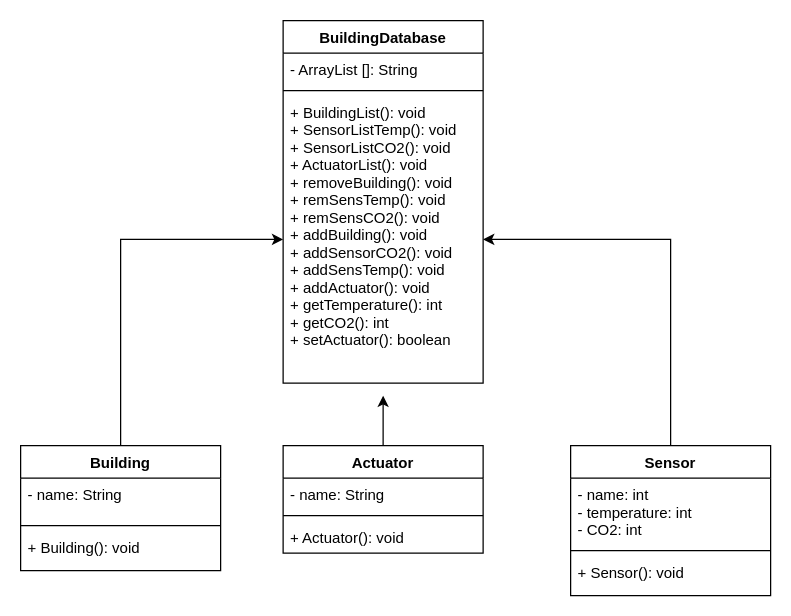
sival19/workshop keeps this draw.io diagram as Untitled Diagram.drawio. Above is the earlier version. Source tidied: cells renumbered, new cells numbered last; positions are measured from the earlier drawing's top-left corner, leaving out a move shared by most shapes. Both pictures are drawn from the tidied source at 125%, with x=0, y=0 at pixel (20, 20).
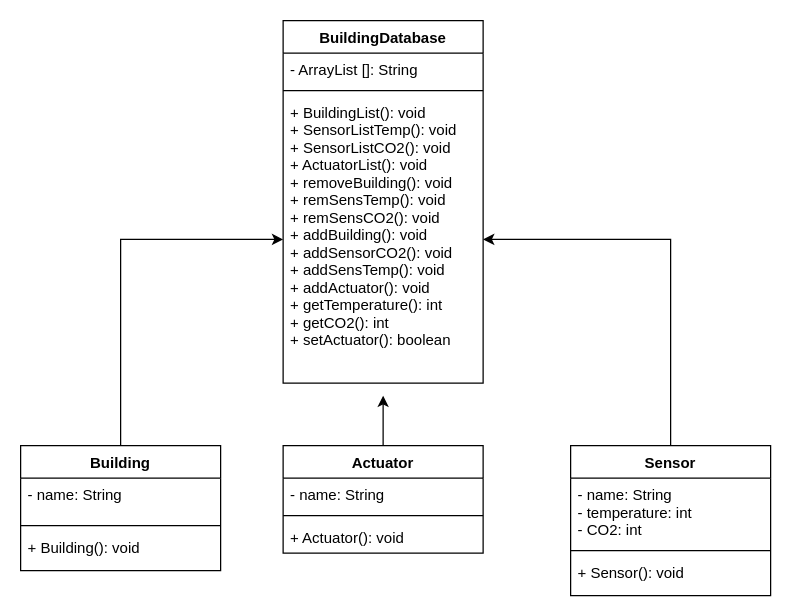
After the change.

The change refers to these unchanged cells:
```xml
<mxCell id="12" value="Sensor" style="swimlane;fontStyle=1;align=center;verticalAlign=top;horizontal=1;startSize=26;" parent="1" vertex="1">
  <mxGeometry x="440" y="340" width="160" height="120" as="geometry" />
</mxCell>
```

The edit, as a diff of the source:
```diff
@@
-    <mxCell id="13" value="- name: int&#10;- temperature: int&#10;- CO2: int" style="text;strokeColor=none;fillColor=none;align=left;verticalAlign=top;spacingLeft=4;spacingRight=4;overflow=hidden;" parent="12" vertex="1">
+    <mxCell id="13" value="- name: String&#10;- temperature: int&#10;- CO2: int" style="text;strokeColor=none;fillColor=none;align=left;verticalAlign=top;spacingLeft=4;spacingRight=4;overflow=hidden;" parent="12" vertex="1">
       <mxGeometry y="26" width="160" height="54" as="geometry" />
     </mxCell>
```
